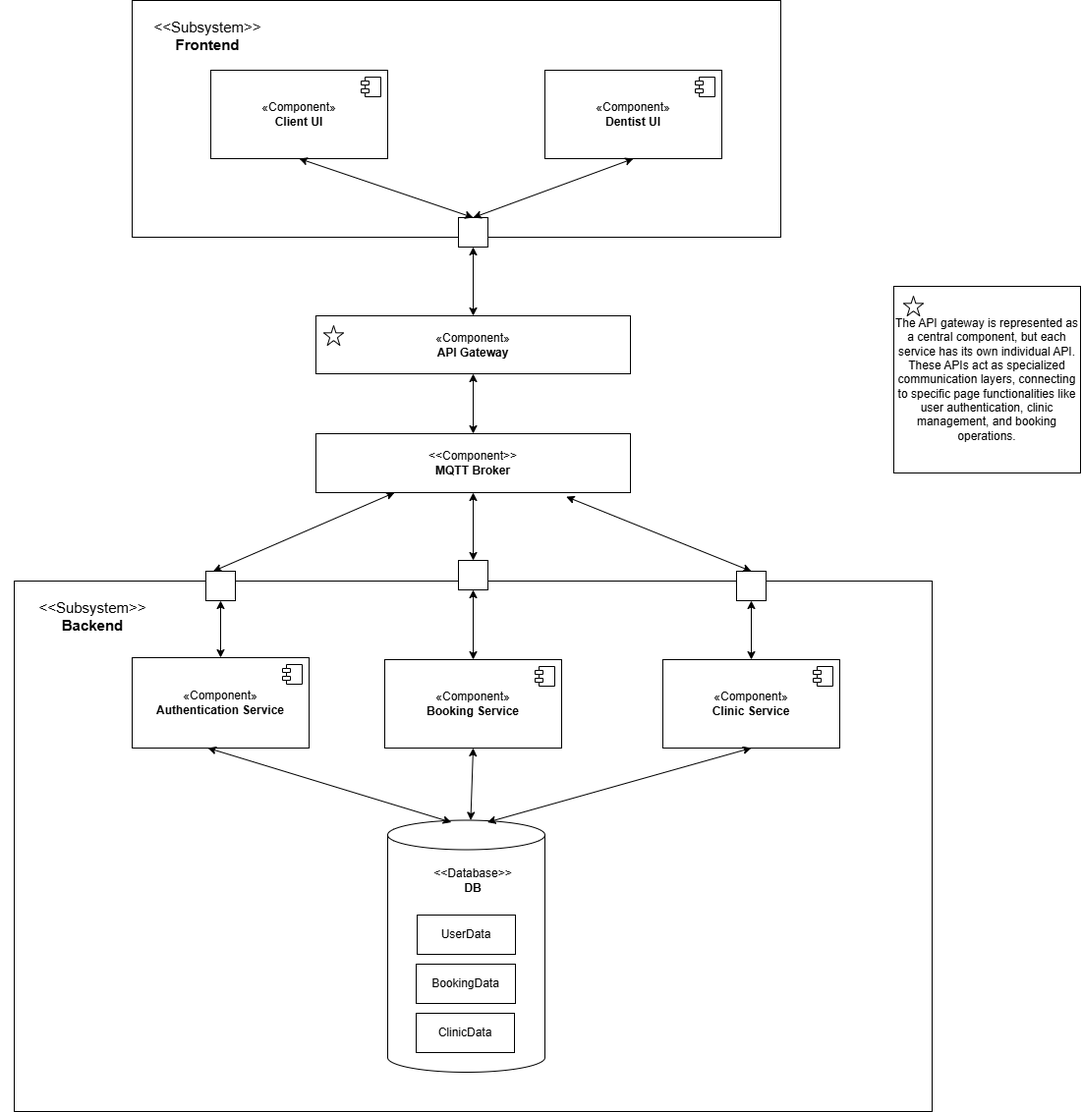
Earlier version of the draw.io export docs/architecture/component-diagram.png (renney-11/pearl-fix). Source tidied: cells renumbered, new cells last; positions are measured from the earlier drawing's top-left corner, leaving out a move shared by most shapes.
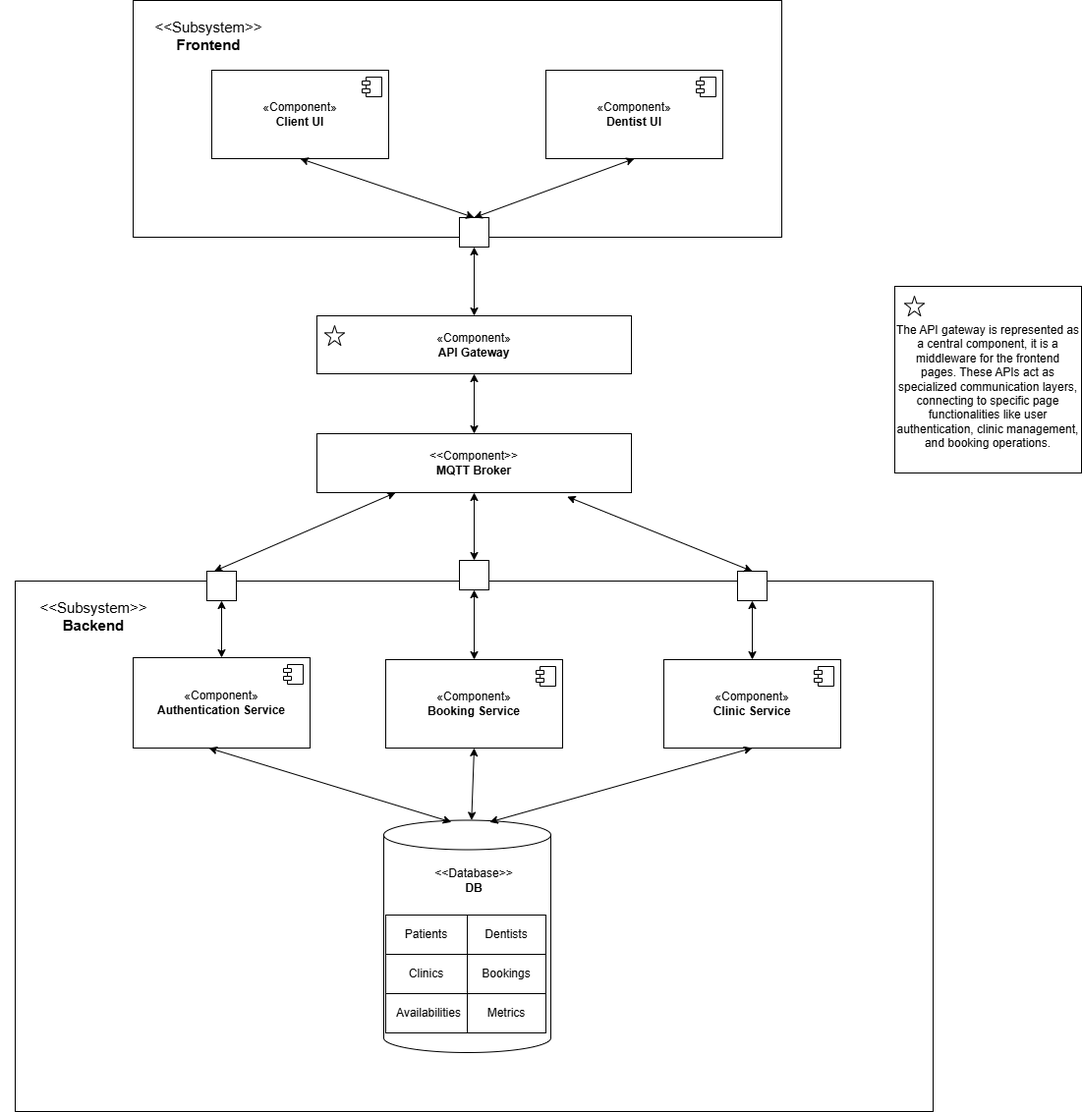
After the commit.

The edit, as a diff of the source:
```diff
@@ -61,7 +61,7 @@
       <mxGeometry y="611.5" width="190" height="30" as="geometry" />
     </mxCell>
     <mxCell id="18" style="shape=cylinder3;whiteSpace=wrap;html=1;boundedLbl=1;backgroundOutline=1;size=15;" parent="1" vertex="1">
-      <mxGeometry x="395" y="834.5" width="160" height="256.5" as="geometry" />
+      <mxGeometry x="390" y="834.5" width="170" height="236.5" as="geometry" />
     </mxCell>
     <mxCell id="19" style="endArrow=classic;startArrow=classic;html=1;rounded=0;entryX=0.428;entryY=1;entryDx=0;entryDy=0;entryPerimeter=0;exitX=0.405;exitY=0.008;exitDx=0;exitDy=0;exitPerimeter=0;" parent="1" edge="1" source="18" target="10">
       <mxGeometry relative="1" as="geometry" />
@@ -75,14 +75,14 @@
     <mxCell id="22" value="&#10;" style="fontStyle=0;labelPosition=right;verticalLabelPosition=middle;align=left;verticalAlign=middle;spacingLeft=2;" parent="1" vertex="1">
       <mxGeometry x="210" y="581" width="30" height="30" as="geometry" />
     </mxCell>
-    <mxCell id="23" value="UserData" style="rounded=0;whiteSpace=wrap;html=1;" parent="1" vertex="1">
-      <mxGeometry x="425" y="931" width="100" height="40" as="geometry" />
+    <mxCell id="23" value="Patients" style="rounded=0;whiteSpace=wrap;html=1;" parent="1" vertex="1">
+      <mxGeometry x="392" y="931" width="83" height="40" as="geometry" />
     </mxCell>
-    <mxCell id="24" value="BookingData" style="rounded=0;whiteSpace=wrap;html=1;" parent="1" vertex="1">
-      <mxGeometry x="424" y="981" width="101" height="40" as="geometry" />
+    <mxCell id="24" value="Bookings" style="rounded=0;whiteSpace=wrap;html=1;" parent="1" vertex="1">
+      <mxGeometry x="475" y="971" width="80" height="40" as="geometry" />
     </mxCell>
-    <mxCell id="25" value="ClinicData" style="rounded=0;whiteSpace=wrap;html=1;" parent="1" vertex="1">
-      <mxGeometry x="424" y="1031" width="100" height="40" as="geometry" />
+    <mxCell id="25" value="Clinics" style="rounded=0;whiteSpace=wrap;html=1;" parent="1" vertex="1">
+      <mxGeometry x="392" y="971" width="83" height="40" as="geometry" />
     </mxCell>
     <mxCell id="26" value="&amp;lt;&amp;lt;Database&amp;gt;&amp;gt;&lt;div&gt;&lt;b&gt;DB&lt;/b&gt;&lt;/div&gt;" style="text;html=1;align=center;verticalAlign=middle;whiteSpace=wrap;rounded=0;" parent="1" vertex="1">
       <mxGeometry x="452" y="881" width="60" height="30" as="geometry" />
@@ -129,7 +129,7 @@
     <mxCell id="40" style="endArrow=classic;startArrow=classic;html=1;rounded=0;entryX=0.5;entryY=1;entryDx=0;entryDy=0;exitX=0.5;exitY=0;exitDx=0;exitDy=0;" parent="1" edge="1" source="37" target="5">
       <mxGeometry relative="1" as="geometry" />
     </mxCell>
-    <mxCell id="41" value="The API gateway is represented as a central component, but each service has its own individual API. These APIs act as specialized communication layers, connecting to specific page functionalities like user authentication, clinic management, and booking operations." style="rounded=0;whiteSpace=wrap;html=1;" parent="1" vertex="1">
+    <mxCell id="41" value="&lt;div&gt;&lt;br&gt;&lt;/div&gt;The API gateway is represented as a central component, it is a middleware for the frontend pages.&amp;nbsp;&lt;span style=&quot;background-color: transparent; color: light-dark(rgb(0, 0, 0), rgb(255, 255, 255));&quot;&gt;These APIs act as specialized communication layers, connecting to specific page functionalities like user authentication, clinic management, and booking operations.&lt;/span&gt;" style="rounded=0;whiteSpace=wrap;html=1;" parent="1" vertex="1">
       <mxGeometry x="910" y="291" width="190" height="190" as="geometry" />
     </mxCell>
     <mxCell id="42" style="verticalLabelPosition=bottom;verticalAlign=top;html=1;shape=mxgraph.basic.star;" parent="1" vertex="1">
@@ -138,5 +138,14 @@
     <mxCell id="43" style="verticalLabelPosition=bottom;verticalAlign=top;html=1;shape=mxgraph.basic.star;" parent="1" vertex="1">
       <mxGeometry x="920" y="301" width="20" height="20" as="geometry" />
     </mxCell>
+    <mxCell id="44" value="Availabilities" style="rounded=0;whiteSpace=wrap;html=1;" parent="1" vertex="1">
+      <mxGeometry x="392" y="1011" width="88" height="40" as="geometry" />
+    </mxCell>
+    <mxCell id="45" value="Dentists" style="rounded=0;whiteSpace=wrap;html=1;" parent="1" vertex="1">
+      <mxGeometry x="475" y="931" width="80" height="40" as="geometry" />
+    </mxCell>
+    <mxCell id="46" value="Metrics" style="rounded=0;whiteSpace=wrap;html=1;" parent="1" vertex="1">
+      <mxGeometry x="475" y="1011" width="80" height="40" as="geometry" />
+    </mxCell>
   </root>
 </mxGraphModel>
```
